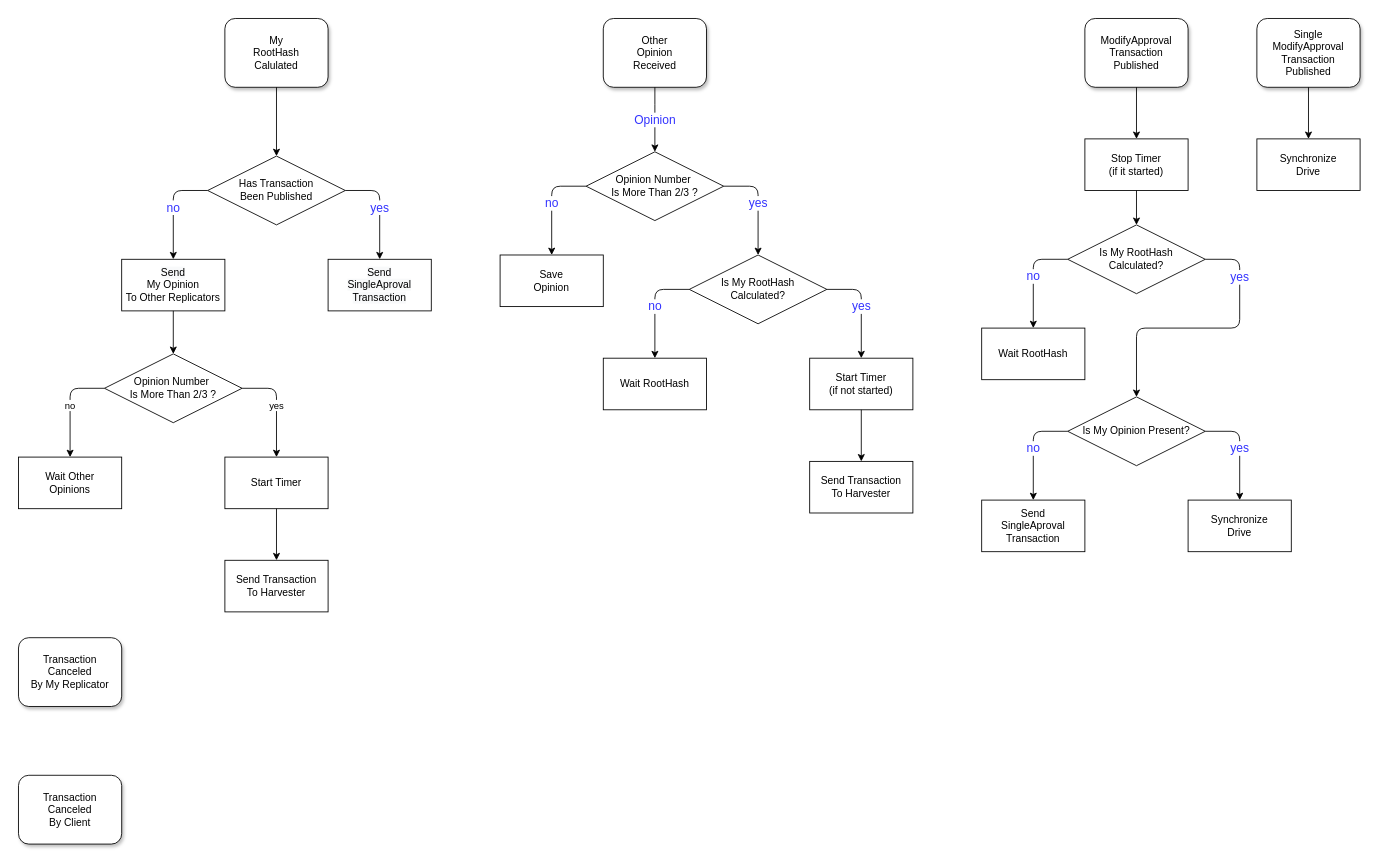
Above: docs/ModifyApproving.drawio in proximax-storage/cpp-xpx-storage-sdk (draw.io), before the change. Source tidied: cells renumbered, new cells numbered last; positions are measured from the earlier drawing's top-left corner, leaving out a move shared by most shapes. Both pictures are drawn from the tidied source at 86%, with x=0, y=0 at pixel (18, 18).
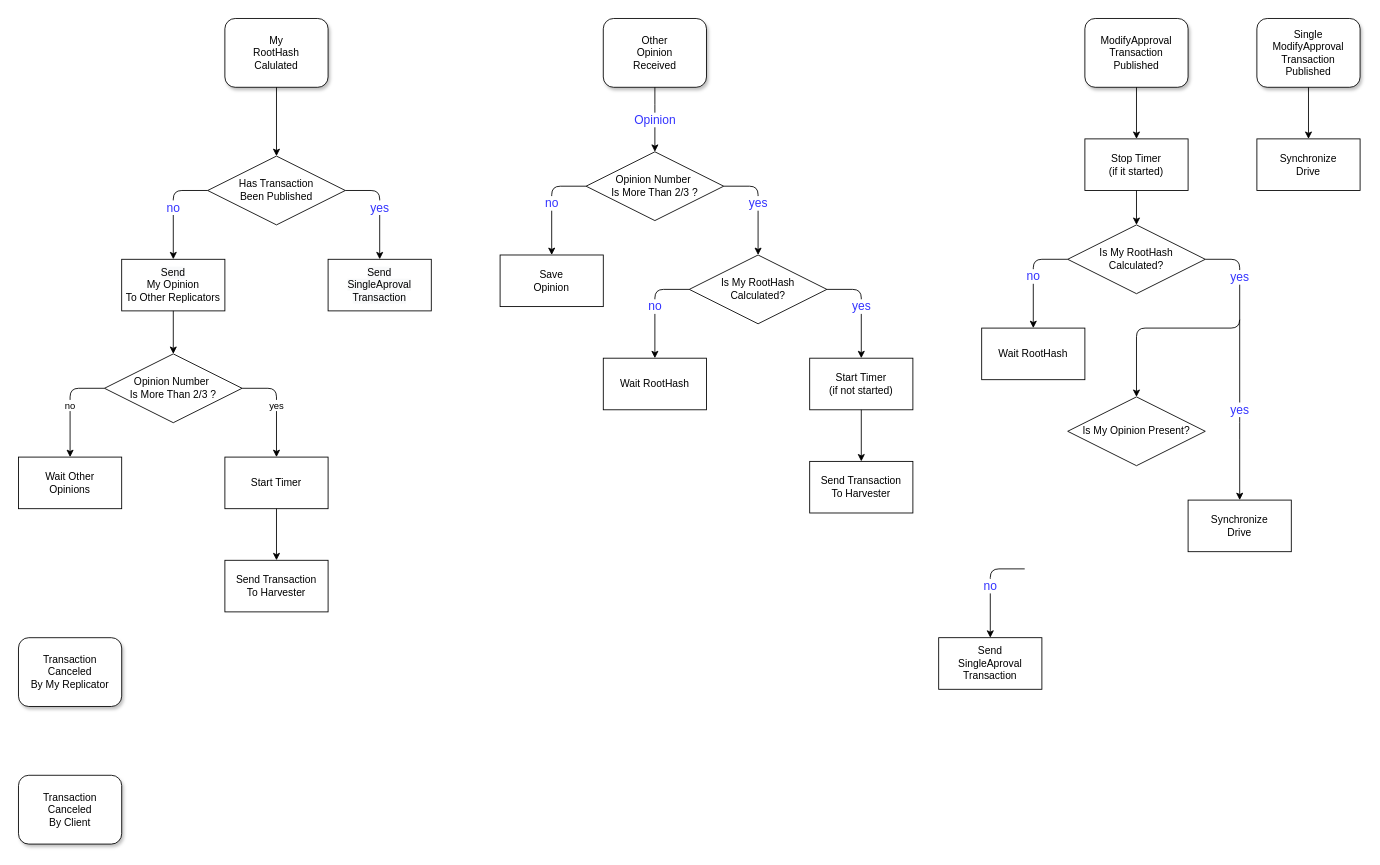
After the change.

The edit, as a diff of the source:
```diff
@@
     <mxCell id="25" value="Send&lt;br&gt;SingleAproval&lt;br&gt;Transaction" style="rounded=0;whiteSpace=wrap;html=1;shadow=0;glass=0;sketch=0;" parent="1" vertex="1">
-      <mxGeometry x="1120" y="560" width="120" height="60" as="geometry" />
+      <mxGeometry x="1070" y="720" width="120" height="60" as="geometry" />
     </mxCell>
@@
     <mxCell id="39" value="no" style="endArrow=classic;html=1;exitX=0;exitY=0.5;exitDx=0;exitDy=0;fontSize=14;fontColor=#3333FF;" parent="1" edge="1">
       <mxGeometry relative="1" as="geometry">
-        <mxPoint x="1220" y="480" as="sourcePoint" />
-        <mxPoint x="1180" y="560" as="targetPoint" />
+        <mxPoint x="1170" y="640" as="sourcePoint" />
+        <mxPoint x="1130" y="720" as="targetPoint" />
         <Array as="points">
-          <mxPoint x="1180" y="480" />
+          <mxPoint x="1130" y="640" />
         </Array>
       </mxGeometry>
     </mxCell>
-    <mxCell id="40" value="yes" style="endArrow=classic;html=1;exitX=1;exitY=0.5;exitDx=0;exitDy=0;fontSize=14;fontColor=#3333FF;" parent="1" edge="1">
+    <mxCell id="40" value="yes" style="endArrow=classic;html=1;fontSize=14;fontColor=#3333FF;" parent="1" edge="1">
       <mxGeometry relative="1" as="geometry">
-        <mxPoint x="1380" y="480" as="sourcePoint" />
+        <mxPoint x="1420" y="350" as="sourcePoint" />
         <mxPoint x="1420" y="560" as="targetPoint" />
         <Array as="points">
           <mxPoint x="1420" y="480" />
         </Array>
       </mxGeometry>
     </mxCell>
```
